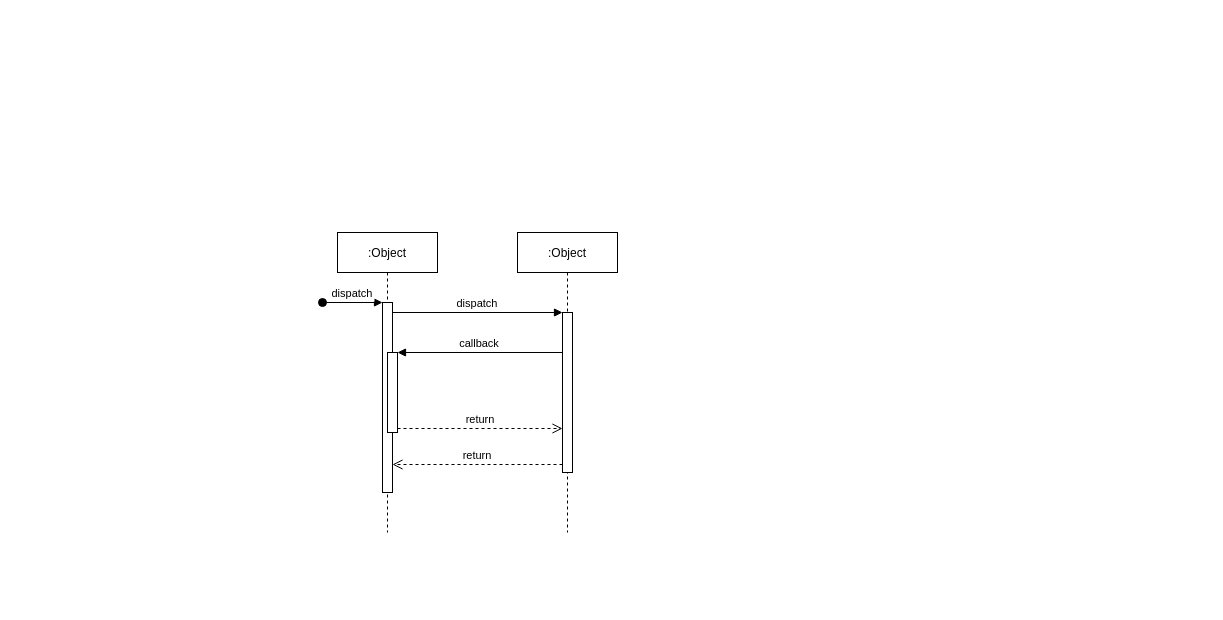
Above: setEmployeAsProjectManager.drawio in HLLissau/SoftwareProjekt (draw.io), before the change. Source tidied: cells renumbered, new cells numbered last; positions are measured from the earlier drawing's top-left corner, leaving out a move shared by most shapes. Both pictures are drawn from the tidied source at 100%, with x=0, y=0 at pixel (322, 232).
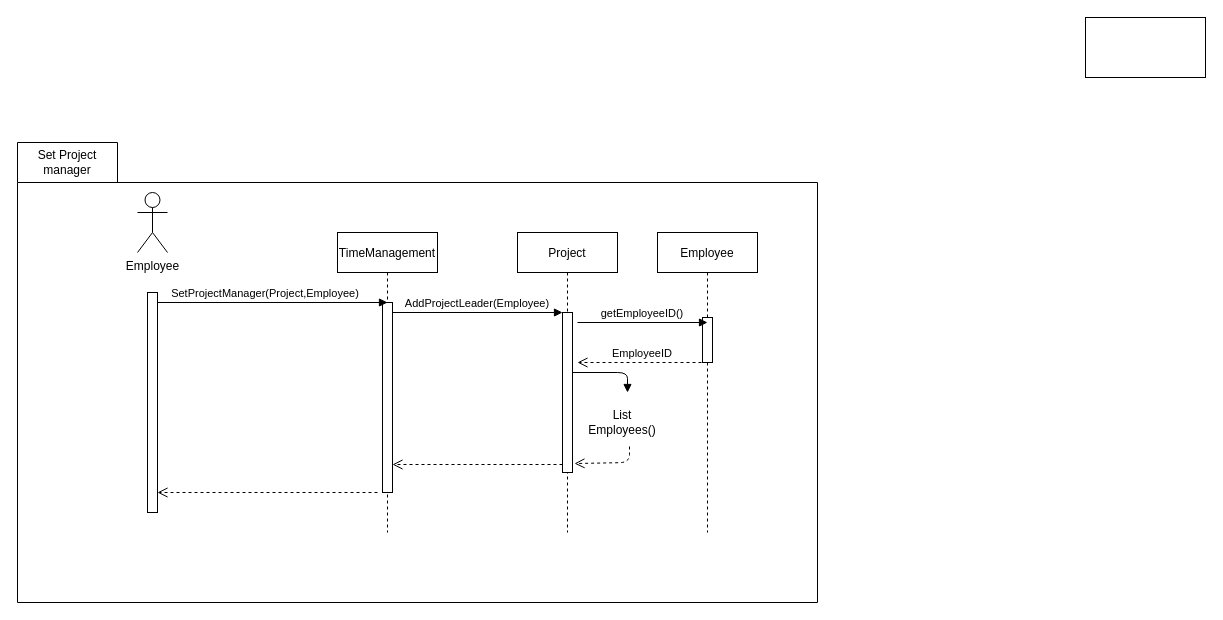
After the change.

Unchanged cells that the change refers to:
```xml
<mxCell id="3" style="points=[];perimeter=orthogonalPerimeter;rounded=0;shadow=0;strokeWidth=1;" parent="2" vertex="1">
  <mxGeometry x="45" y="70" width="10" height="190" as="geometry" />
</mxCell>
<mxCell id="7" style="points=[];perimeter=orthogonalPerimeter;rounded=0;shadow=0;strokeWidth=1;" parent="6" vertex="1">
  <mxGeometry x="45" y="80" width="10" height="160" as="geometry" />
</mxCell>
```

The edit, as a diff of the source:
```diff
@@
+    <mxCell id="12" style="shape=folder;fontStyle=1;spacingTop=10;tabWidth=100;tabHeight=40;tabPosition=left;html=1;" parent="1" vertex="1">
+      <mxGeometry x="-305" y="-90" width="800" height="460" as="geometry" />
+    </mxCell>
-    <mxCell id="2" value=":Object" style="shape=umlLifeline;perimeter=lifelinePerimeter;rounded=0;shadow=0;strokeWidth=1;" parent="1" vertex="1">
+    <mxCell id="2" value="TimeManagement" style="shape=umlLifeline;perimeter=lifelinePerimeter;rounded=0;shadow=0;strokeWidth=1;" parent="1" vertex="1">
       <mxGeometry x="15" width="100" height="300" as="geometry" />
     </mxCell>
@@
-    <mxCell id="4" value="dispatch" style="verticalAlign=bottom;startArrow=oval;endArrow=block;startSize=8;shadow=0;strokeWidth=1;" parent="2" edge="1" target="3">
-      <mxGeometry relative="1" as="geometry">
-        <mxPoint x="-15" y="70" as="sourcePoint" />
-      </mxGeometry>
-    </mxCell>
-    <mxCell id="5" style="points=[];perimeter=orthogonalPerimeter;rounded=0;shadow=0;strokeWidth=1;" parent="2" vertex="1">
-      <mxGeometry x="50" y="120" width="10" height="80" as="geometry" />
-    </mxCell>
-    <mxCell id="6" value=":Object" style="shape=umlLifeline;perimeter=lifelinePerimeter;rounded=0;shadow=0;strokeWidth=1;" parent="1" vertex="1">
+    <mxCell id="6" value="Project" style="shape=umlLifeline;perimeter=lifelinePerimeter;rounded=0;shadow=0;strokeWidth=1;" parent="1" vertex="1">
       <mxGeometry x="195" width="100" height="300" as="geometry" />
     </mxCell>
@@
-    <mxCell id="8" value="return" style="verticalAlign=bottom;endArrow=open;dashed=1;endSize=8;exitX=0;exitY=0.95;shadow=0;strokeWidth=1;" parent="1" edge="1" source="7" target="3">
+    <mxCell id="8" style="verticalAlign=bottom;endArrow=open;dashed=1;endSize=8;exitX=0;exitY=0.95;shadow=0;strokeWidth=1;" parent="1" edge="1" source="7" target="3">
       <mxGeometry relative="1" as="geometry" />
     </mxCell>
-    <mxCell id="9" value="dispatch" style="verticalAlign=bottom;endArrow=block;entryX=0;entryY=0;shadow=0;strokeWidth=1;" parent="1" edge="1" source="3" target="7">
+    <mxCell id="9" value="AddProjectLeader(Employee)" style="verticalAlign=bottom;endArrow=block;entryX=0;entryY=0;shadow=0;strokeWidth=1;" parent="1" edge="1" source="3" target="7">
       <mxGeometry relative="1" as="geometry" />
     </mxCell>
-    <mxCell id="10" value="callback" style="verticalAlign=bottom;endArrow=block;entryX=1;entryY=0;shadow=0;strokeWidth=1;" parent="1" edge="1" source="7" target="5">
-      <mxGeometry relative="1" as="geometry" />
+    <mxCell id="10" style="verticalAlign=bottom;endArrow=block;entryX=1;entryY=0;shadow=0;strokeWidth=1;" parent="1" edge="1" source="7">
+      <mxGeometry relative="1" as="geometry">
+        <mxPoint x="305" y="160" as="targetPoint" />
+        <Array as="points">
+          <mxPoint x="305" y="140" />
+        </Array>
+      </mxGeometry>
     </mxCell>
-    <mxCell id="11" value="return" style="verticalAlign=bottom;endArrow=open;dashed=1;endSize=8;exitX=1;exitY=0.95;shadow=0;strokeWidth=1;" parent="1" edge="1" source="5" target="7">
-      <mxGeometry relative="1" as="geometry" />
+    <mxCell id="11" style="verticalAlign=bottom;endArrow=open;dashed=1;endSize=8;shadow=0;strokeWidth=1;exitX=0.64;exitY=1.1;exitDx=0;exitDy=0;exitPerimeter=0;entryX=1.2;entryY=0.944;entryDx=0;entryDy=0;entryPerimeter=0;" parent="1" edge="1" source="19" target="7">
+      <mxGeometry relative="1" as="geometry">
+        <Array as="points">
+          <mxPoint x="307" y="230" />
+        </Array>
+      </mxGeometry>
     </mxCell>
+    <mxCell id="13" value="Employee" style="shape=umlLifeline;perimeter=lifelinePerimeter;rounded=0;shadow=0;strokeWidth=1;" parent="1" vertex="1">
+      <mxGeometry x="335" width="100" height="300" as="geometry" />
+    </mxCell>
+    <mxCell id="14" style="perimeter=orthogonalPerimeter;rounded=0;shadow=0;strokeWidth=1;" parent="13" vertex="1">
+      <mxGeometry x="45" y="85" width="10" height="45" as="geometry" />
+    </mxCell>
+    <mxCell id="15" value="SetProjectManager(Project,Employee)" style="verticalAlign=bottom;endArrow=block;entryX=0;entryY=0;shadow=0;strokeWidth=1;" parent="1" edge="1">
+      <mxGeometry x="-0.06" relative="1" as="geometry">
+        <mxPoint x="-165" y="70" as="sourcePoint" />
+        <mxPoint x="65" y="70" as="targetPoint" />
+      </mxGeometry>
+    </mxCell>
+    <mxCell id="16" value="getEmployeeID()" style="verticalAlign=bottom;endArrow=block;shadow=0;strokeWidth=1;" parent="1" edge="1">
+      <mxGeometry relative="1" as="geometry">
+        <mxPoint x="255" y="90" as="sourcePoint" />
+        <mxPoint x="385" y="90" as="targetPoint" />
+      </mxGeometry>
+    </mxCell>
+    <mxCell id="17" value="EmployeeID" style="verticalAlign=bottom;endArrow=open;dashed=1;endSize=8;exitX=0;exitY=0.95;shadow=0;strokeWidth=1;" parent="1" edge="1">
+      <mxGeometry relative="1" as="geometry">
+        <mxPoint x="385" y="130" as="sourcePoint" />
+        <mxPoint x="255" y="130" as="targetPoint" />
+      </mxGeometry>
+    </mxCell>
+    <mxCell id="18" value="Employee" style="shape=umlActor;verticalLabelPosition=bottom;verticalAlign=top;html=1;" parent="1" vertex="1">
+      <mxGeometry x="-185" y="-40" width="30" height="60" as="geometry" />
+    </mxCell>
+    <mxCell id="19" value="List Employees()" style="text;html=1;strokeColor=none;fillColor=none;align=center;verticalAlign=middle;whiteSpace=wrap;rounded=0;" parent="1" vertex="1">
+      <mxGeometry x="275" y="170" width="50" height="40" as="geometry" />
+    </mxCell>
+    <mxCell id="20" style="perimeter=orthogonalPerimeter;rounded=0;shadow=0;strokeWidth=1;" parent="1" vertex="1">
+      <mxGeometry x="-175" y="60" width="10" height="220" as="geometry" />
+    </mxCell>
+    <mxCell id="21" style="verticalAlign=bottom;endArrow=open;dashed=1;endSize=8;exitX=0;exitY=0.95;shadow=0;strokeWidth=1;" parent="1" edge="1">
+      <mxGeometry relative="1" as="geometry">
+        <mxPoint x="55" y="260" as="sourcePoint" />
+        <mxPoint x="-165" y="260" as="targetPoint" />
+      </mxGeometry>
+    </mxCell>
+    <mxCell id="22" value="Set Project manager" style="text;html=1;strokeColor=none;fillColor=none;align=center;verticalAlign=middle;whiteSpace=wrap;rounded=0;" parent="1" vertex="1">
+      <mxGeometry x="-295" y="-80" width="80" height="20" as="geometry" />
+    </mxCell>
+    <mxCell id="23" style="rounded=0;whiteSpace=wrap;html=1;" parent="1" vertex="1">
+      <mxGeometry x="763" y="-215" width="120" height="60" as="geometry" />
+    </mxCell>
```
